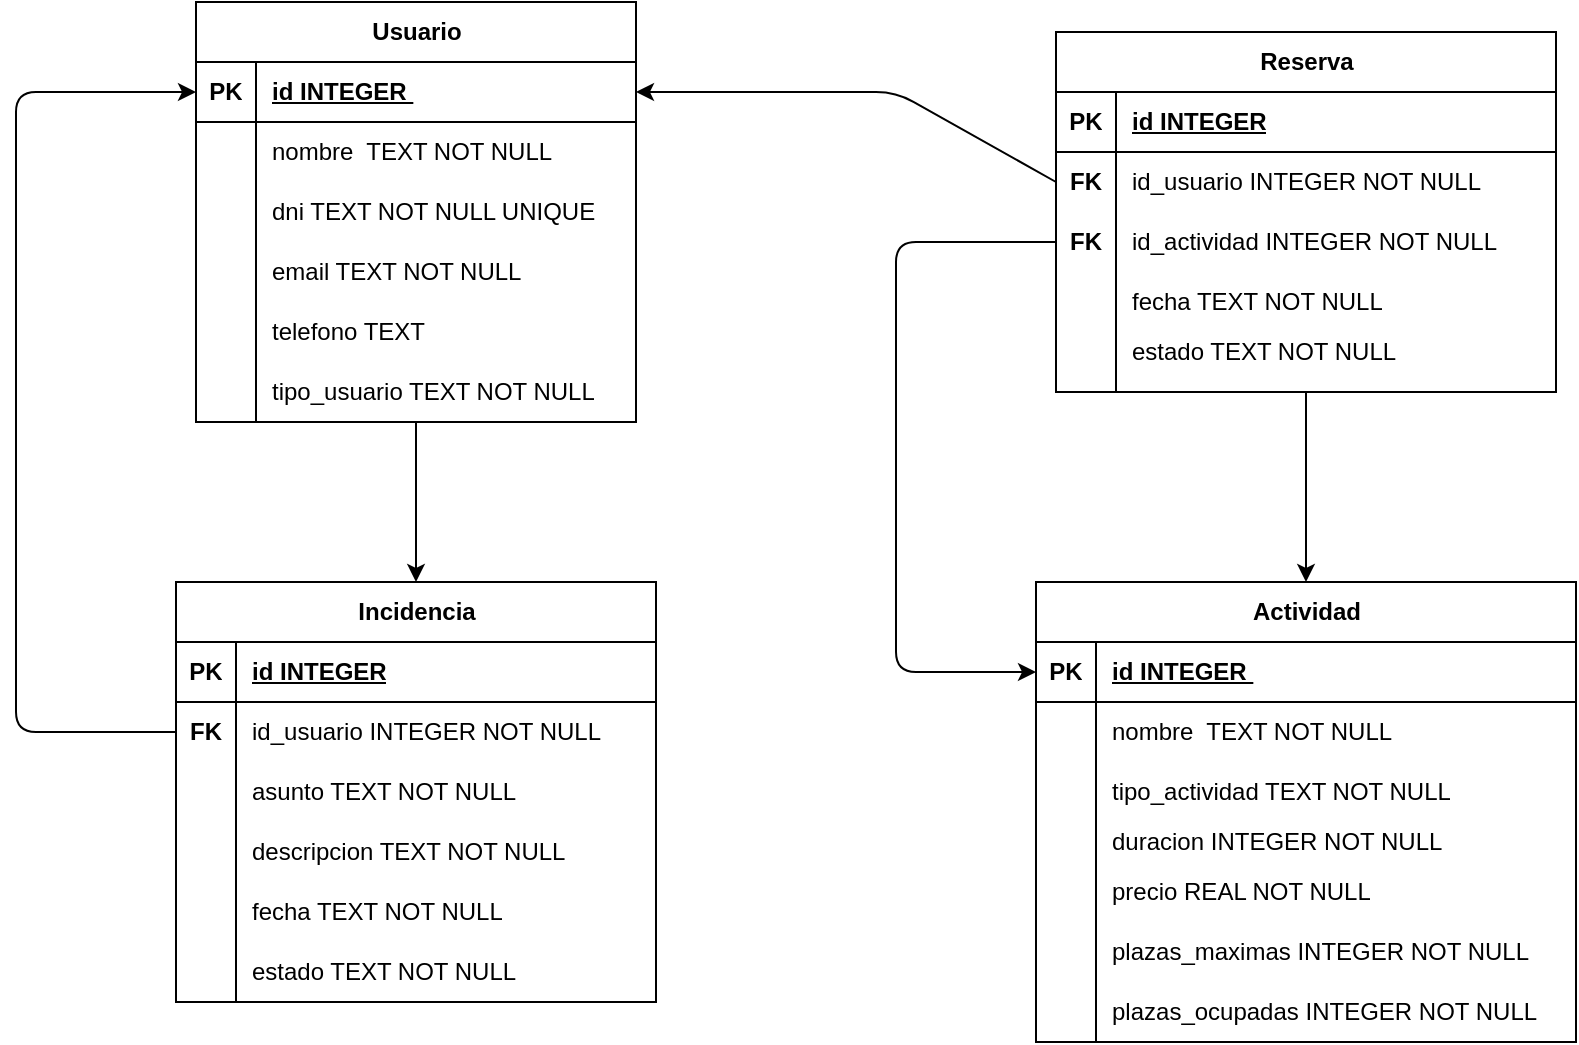
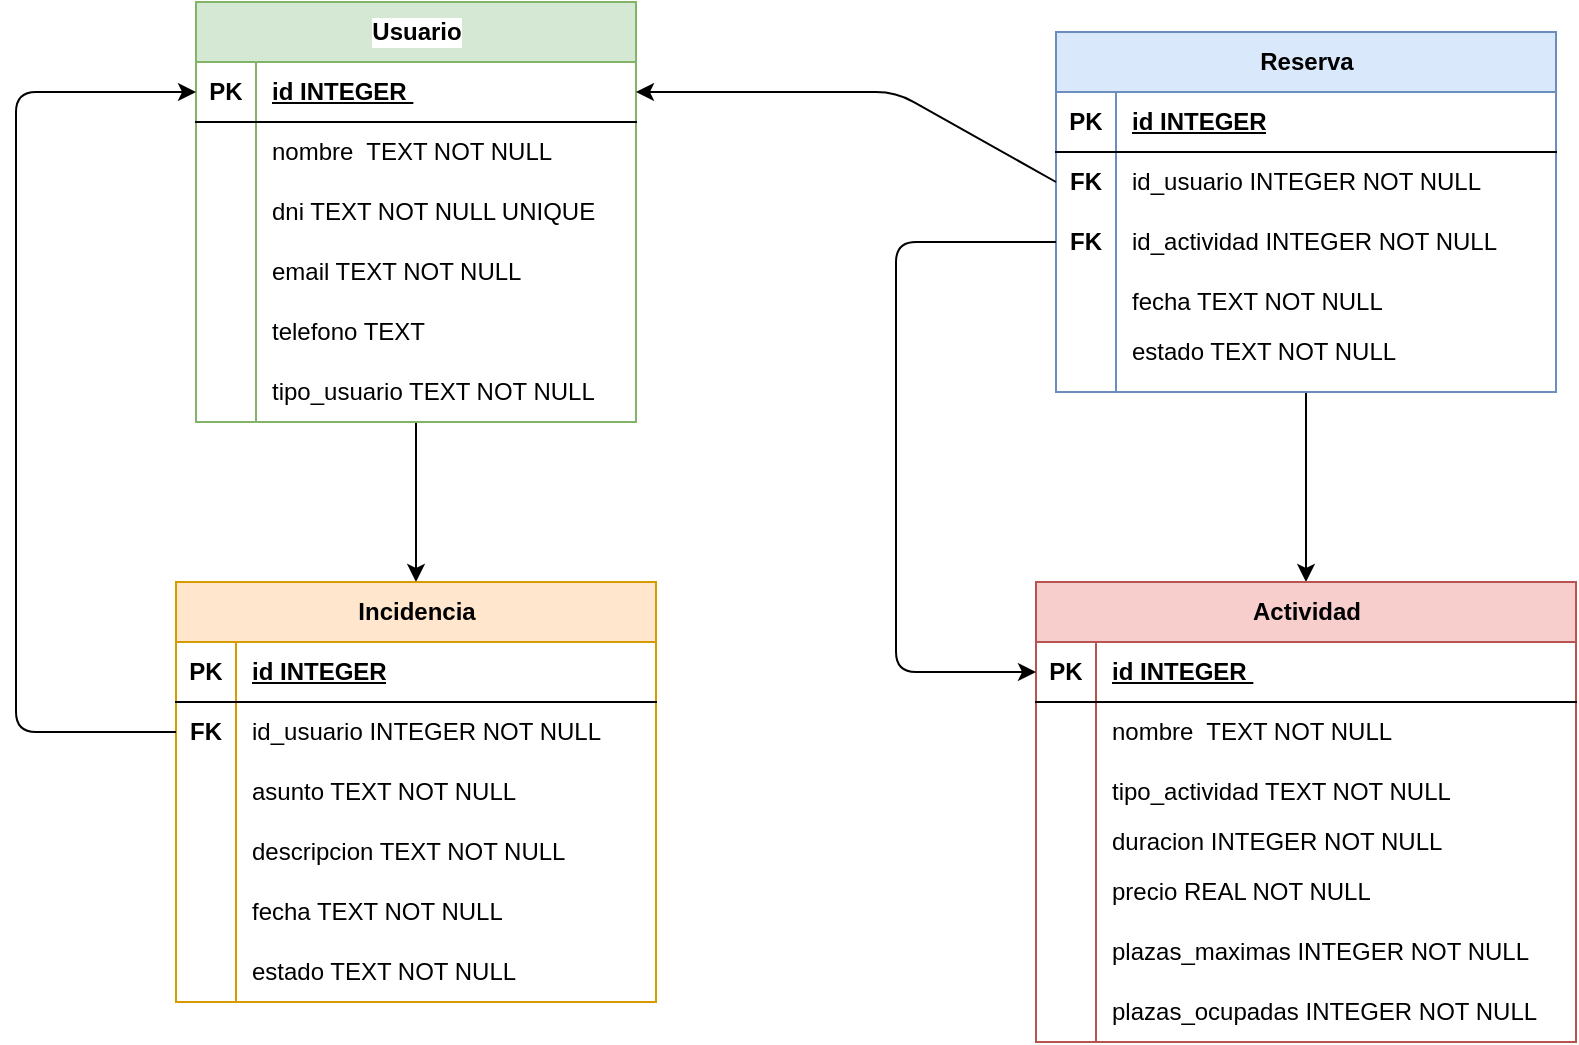
<mxfile host="65bd71144e">
    <diagram id="C6VV_mCRpUMH7UM2XVRR" name="Page-1">
-         <mxGraphModel dx="2281" dy="696" grid="1" gridSize="10" guides="1" tooltips="1" connect="1" arrows="1" fold="1" page="1" pageScale="1" pageWidth="850" pageHeight="1100" math="0" shadow="0">
+         <mxGraphModel dx="2281" dy="487" grid="1" gridSize="10" guides="1" tooltips="1" connect="1" arrows="1" fold="1" page="1" pageScale="1" pageWidth="850" pageHeight="1100" math="0" shadow="0">
            <root>
                <mxCell id="0"/>
                <mxCell id="1" parent="0"/>
                <mxCell id="100" value="" style="edgeStyle=none;html=1;" edge="1" parent="1" source="6" target="81">
                    <mxGeometry relative="1" as="geometry"/>
                </mxCell>
-                 <mxCell id="6" value="Usuario" style="shape=table;startSize=30;container=1;collapsible=1;childLayout=tableLayout;fixedRows=1;rowLines=0;fontStyle=1;align=center;resizeLast=1;html=1;" vertex="1" parent="1">
+                 <mxCell id="6" value="&lt;span&gt;Usuario&lt;/span&gt;" style="shape=table;startSize=30;container=1;collapsible=1;childLayout=tableLayout;fixedRows=1;rowLines=0;fontStyle=1;align=center;resizeLast=1;html=1;labelBorderColor=none;labelBackgroundColor=default;textShadow=0;fillStyle=auto;fillColor=#d5e8d4;strokeColor=#82b366;" vertex="1" parent="1">
                    <mxGeometry x="10" y="80" width="220" height="210" as="geometry">
                        <mxRectangle x="270" y="55" width="80" height="30" as="alternateBounds"/>
                    </mxGeometry>
                </mxCell>
                <mxCell id="7" value="" style="shape=tableRow;horizontal=0;startSize=0;swimlaneHead=0;swimlaneBody=0;fillColor=none;collapsible=0;dropTarget=0;points=[[0,0.5],[1,0.5]];portConstraint=eastwest;top=0;left=0;right=0;bottom=1;" vertex="1" parent="6">
                    <mxGeometry y="30" width="220" height="30" as="geometry"/>
                </mxCell>
                <mxCell id="8" value="PK" style="shape=partialRectangle;connectable=0;fillColor=none;top=0;left=0;bottom=0;right=0;fontStyle=1;overflow=hidden;whiteSpace=wrap;html=1;" vertex="1" parent="7">
                    <mxGeometry width="30" height="30" as="geometry">
                        <mxRectangle width="30" height="30" as="alternateBounds"/>
                    </mxGeometry>
                </mxCell>
                <mxCell id="9" value="id INTEGER&amp;nbsp;" style="shape=partialRectangle;connectable=0;fillColor=none;top=0;left=0;bottom=0;right=0;align=left;spacingLeft=6;fontStyle=5;overflow=hidden;whiteSpace=wrap;html=1;" vertex="1" parent="7">
                    <mxGeometry x="30" width="190" height="30" as="geometry">
                        <mxRectangle width="190" height="30" as="alternateBounds"/>
                    </mxGeometry>
                </mxCell>
                <mxCell id="10" value="" style="shape=tableRow;horizontal=0;startSize=0;swimlaneHead=0;swimlaneBody=0;fillColor=none;collapsible=0;dropTarget=0;points=[[0,0.5],[1,0.5]];portConstraint=eastwest;top=0;left=0;right=0;bottom=0;" vertex="1" parent="6">
                    <mxGeometry y="60" width="220" height="30" as="geometry"/>
                </mxCell>
                <mxCell id="11" value="" style="shape=partialRectangle;connectable=0;fillColor=none;top=0;left=0;bottom=0;right=0;editable=1;overflow=hidden;whiteSpace=wrap;html=1;" vertex="1" parent="10">
                    <mxGeometry width="30" height="30" as="geometry">
                        <mxRectangle width="30" height="30" as="alternateBounds"/>
                    </mxGeometry>
                </mxCell>
                <mxCell id="12" value="nombre&amp;nbsp; TEXT NOT NULL" style="shape=partialRectangle;connectable=0;fillColor=none;top=0;left=0;bottom=0;right=0;align=left;spacingLeft=6;overflow=hidden;whiteSpace=wrap;html=1;" vertex="1" parent="10">
                    <mxGeometry x="30" width="190" height="30" as="geometry">
                        <mxRectangle width="190" height="30" as="alternateBounds"/>
                    </mxGeometry>
                </mxCell>
                <mxCell id="13" value="" style="shape=tableRow;horizontal=0;startSize=0;swimlaneHead=0;swimlaneBody=0;fillColor=none;collapsible=0;dropTarget=0;points=[[0,0.5],[1,0.5]];portConstraint=eastwest;top=0;left=0;right=0;bottom=0;" vertex="1" parent="6">
                    <mxGeometry y="90" width="220" height="30" as="geometry"/>
                </mxCell>
                <mxCell id="14" value="" style="shape=partialRectangle;connectable=0;fillColor=none;top=0;left=0;bottom=0;right=0;editable=1;overflow=hidden;whiteSpace=wrap;html=1;" vertex="1" parent="13">
                    <mxGeometry width="30" height="30" as="geometry">
                        <mxRectangle width="30" height="30" as="alternateBounds"/>
                    </mxGeometry>
                </mxCell>
                <mxCell id="15" value="dni TEXT NOT NULL UNIQUE" style="shape=partialRectangle;connectable=0;fillColor=none;top=0;left=0;bottom=0;right=0;align=left;spacingLeft=6;overflow=hidden;whiteSpace=wrap;html=1;" vertex="1" parent="13">
                    <mxGeometry x="30" width="190" height="30" as="geometry">
                        <mxRectangle width="190" height="30" as="alternateBounds"/>
                    </mxGeometry>
                </mxCell>
                <mxCell id="16" value="" style="shape=tableRow;horizontal=0;startSize=0;swimlaneHead=0;swimlaneBody=0;fillColor=none;collapsible=0;dropTarget=0;points=[[0,0.5],[1,0.5]];portConstraint=eastwest;top=0;left=0;right=0;bottom=0;" vertex="1" parent="6">
                    <mxGeometry y="120" width="220" height="30" as="geometry"/>
                </mxCell>
                <mxCell id="17" value="" style="shape=partialRectangle;connectable=0;fillColor=none;top=0;left=0;bottom=0;right=0;editable=1;overflow=hidden;whiteSpace=wrap;html=1;" vertex="1" parent="16">
                    <mxGeometry width="30" height="30" as="geometry">
                        <mxRectangle width="30" height="30" as="alternateBounds"/>
                    </mxGeometry>
                </mxCell>
                <mxCell id="18" value="email TEXT NOT NULL" style="shape=partialRectangle;connectable=0;fillColor=none;top=0;left=0;bottom=0;right=0;align=left;spacingLeft=6;overflow=hidden;whiteSpace=wrap;html=1;" vertex="1" parent="16">
                    <mxGeometry x="30" width="190" height="30" as="geometry">
                        <mxRectangle width="190" height="30" as="alternateBounds"/>
                    </mxGeometry>
                </mxCell>
                <mxCell id="32" value="" style="shape=tableRow;horizontal=0;startSize=0;swimlaneHead=0;swimlaneBody=0;fillColor=none;collapsible=0;dropTarget=0;points=[[0,0.5],[1,0.5]];portConstraint=eastwest;top=0;left=0;right=0;bottom=0;" vertex="1" parent="6">
                    <mxGeometry y="150" width="220" height="30" as="geometry"/>
                </mxCell>
                <mxCell id="33" value="" style="shape=partialRectangle;connectable=0;fillColor=none;top=0;left=0;bottom=0;right=0;editable=1;overflow=hidden;whiteSpace=wrap;html=1;" vertex="1" parent="32">
                    <mxGeometry width="30" height="30" as="geometry">
                        <mxRectangle width="30" height="30" as="alternateBounds"/>
                    </mxGeometry>
                </mxCell>
                <mxCell id="34" value="telefono TEXT" style="shape=partialRectangle;connectable=0;fillColor=none;top=0;left=0;bottom=0;right=0;align=left;spacingLeft=6;overflow=hidden;whiteSpace=wrap;html=1;" vertex="1" parent="32">
                    <mxGeometry x="30" width="190" height="30" as="geometry">
                        <mxRectangle width="190" height="30" as="alternateBounds"/>
                    </mxGeometry>
                </mxCell>
                <mxCell id="35" value="" style="shape=tableRow;horizontal=0;startSize=0;swimlaneHead=0;swimlaneBody=0;fillColor=none;collapsible=0;dropTarget=0;points=[[0,0.5],[1,0.5]];portConstraint=eastwest;top=0;left=0;right=0;bottom=0;" vertex="1" parent="6">
                    <mxGeometry y="180" width="220" height="30" as="geometry"/>
                </mxCell>
                <mxCell id="36" value="" style="shape=partialRectangle;connectable=0;fillColor=none;top=0;left=0;bottom=0;right=0;editable=1;overflow=hidden;whiteSpace=wrap;html=1;" vertex="1" parent="35">
                    <mxGeometry width="30" height="30" as="geometry">
                        <mxRectangle width="30" height="30" as="alternateBounds"/>
                    </mxGeometry>
                </mxCell>
                <mxCell id="37" value="tipo_usuario TEXT NOT NULL" style="shape=partialRectangle;connectable=0;fillColor=none;top=0;left=0;bottom=0;right=0;align=left;spacingLeft=6;overflow=hidden;whiteSpace=wrap;html=1;" vertex="1" parent="35">
                    <mxGeometry x="30" width="190" height="30" as="geometry">
                        <mxRectangle width="190" height="30" as="alternateBounds"/>
                    </mxGeometry>
                </mxCell>
                <mxCell id="77" value="" style="edgeStyle=none;html=1;" edge="1" parent="1" source="38" target="58">
                    <mxGeometry relative="1" as="geometry"/>
                </mxCell>
-                 <mxCell id="38" value="Reserva" style="shape=table;startSize=30;container=1;collapsible=1;childLayout=tableLayout;fixedRows=1;rowLines=0;fontStyle=1;align=center;resizeLast=1;html=1;" vertex="1" parent="1">
+                 <mxCell id="38" value="Reserva" style="shape=table;startSize=30;container=1;collapsible=1;childLayout=tableLayout;fixedRows=1;rowLines=0;fontStyle=1;align=center;resizeLast=1;html=1;fillColor=#dae8fc;strokeColor=#6c8ebf;" vertex="1" parent="1">
                    <mxGeometry x="440" y="95" width="250" height="180" as="geometry">
                        <mxRectangle x="270" y="55" width="80" height="30" as="alternateBounds"/>
                    </mxGeometry>
                </mxCell>
                <mxCell id="39" value="" style="shape=tableRow;horizontal=0;startSize=0;swimlaneHead=0;swimlaneBody=0;fillColor=none;collapsible=0;dropTarget=0;points=[[0,0.5],[1,0.5]];portConstraint=eastwest;top=0;left=0;right=0;bottom=1;" vertex="1" parent="38">
                    <mxGeometry y="30" width="250" height="30" as="geometry"/>
                </mxCell>
                <mxCell id="40" value="PK" style="shape=partialRectangle;connectable=0;fillColor=none;top=0;left=0;bottom=0;right=0;fontStyle=1;overflow=hidden;whiteSpace=wrap;html=1;" vertex="1" parent="39">
                    <mxGeometry width="30" height="30" as="geometry">
                        <mxRectangle width="30" height="30" as="alternateBounds"/>
                    </mxGeometry>
                </mxCell>
                <mxCell id="41" value="id INTEGER" style="shape=partialRectangle;connectable=0;fillColor=none;top=0;left=0;bottom=0;right=0;align=left;spacingLeft=6;fontStyle=5;overflow=hidden;whiteSpace=wrap;html=1;" vertex="1" parent="39">
                    <mxGeometry x="30" width="220" height="30" as="geometry">
                        <mxRectangle width="220" height="30" as="alternateBounds"/>
                    </mxGeometry>
                </mxCell>
                <mxCell id="42" value="" style="shape=tableRow;horizontal=0;startSize=0;swimlaneHead=0;swimlaneBody=0;fillColor=none;collapsible=0;dropTarget=0;points=[[0,0.5],[1,0.5]];portConstraint=eastwest;top=0;left=0;right=0;bottom=0;" vertex="1" parent="38">
                    <mxGeometry y="60" width="250" height="30" as="geometry"/>
                </mxCell>
                <mxCell id="43" value="FK" style="shape=partialRectangle;connectable=0;fillColor=none;top=0;left=0;bottom=0;right=0;editable=1;overflow=hidden;whiteSpace=wrap;html=1;fontStyle=1" vertex="1" parent="42">
                    <mxGeometry width="30" height="30" as="geometry">
                        <mxRectangle width="30" height="30" as="alternateBounds"/>
                    </mxGeometry>
                </mxCell>
                <mxCell id="44" value="id_usuario INTEGER NOT NULL" style="shape=partialRectangle;connectable=0;fillColor=none;top=0;left=0;bottom=0;right=0;align=left;spacingLeft=6;overflow=hidden;whiteSpace=wrap;html=1;" vertex="1" parent="42">
                    <mxGeometry x="30" width="220" height="30" as="geometry">
                        <mxRectangle width="220" height="30" as="alternateBounds"/>
                    </mxGeometry>
                </mxCell>
                <mxCell id="45" value="" style="shape=tableRow;horizontal=0;startSize=0;swimlaneHead=0;swimlaneBody=0;fillColor=none;collapsible=0;dropTarget=0;points=[[0,0.5],[1,0.5]];portConstraint=eastwest;top=0;left=0;right=0;bottom=0;" vertex="1" parent="38">
                    <mxGeometry y="90" width="250" height="30" as="geometry"/>
                </mxCell>
                <mxCell id="46" value="FK" style="shape=partialRectangle;connectable=0;fillColor=none;top=0;left=0;bottom=0;right=0;editable=1;overflow=hidden;whiteSpace=wrap;html=1;fontStyle=1" vertex="1" parent="45">
                    <mxGeometry width="30" height="30" as="geometry">
                        <mxRectangle width="30" height="30" as="alternateBounds"/>
                    </mxGeometry>
                </mxCell>
                <mxCell id="47" value="id_actividad INTEGER NOT NULL" style="shape=partialRectangle;connectable=0;fillColor=none;top=0;left=0;bottom=0;right=0;align=left;spacingLeft=6;overflow=hidden;whiteSpace=wrap;html=1;" vertex="1" parent="45">
                    <mxGeometry x="30" width="220" height="30" as="geometry">
                        <mxRectangle width="220" height="30" as="alternateBounds"/>
                    </mxGeometry>
                </mxCell>
                <mxCell id="48" value="" style="shape=tableRow;horizontal=0;startSize=0;swimlaneHead=0;swimlaneBody=0;fillColor=none;collapsible=0;dropTarget=0;points=[[0,0.5],[1,0.5]];portConstraint=eastwest;top=0;left=0;right=0;bottom=0;" vertex="1" parent="38">
                    <mxGeometry y="120" width="250" height="30" as="geometry"/>
                </mxCell>
                <mxCell id="49" value="" style="shape=partialRectangle;connectable=0;fillColor=none;top=0;left=0;bottom=0;right=0;editable=1;overflow=hidden;whiteSpace=wrap;html=1;" vertex="1" parent="48">
                    <mxGeometry width="30" height="30" as="geometry">
                        <mxRectangle width="30" height="30" as="alternateBounds"/>
                    </mxGeometry>
                </mxCell>
                <mxCell id="50" value="fecha TEXT NOT NULL" style="shape=partialRectangle;connectable=0;fillColor=none;top=0;left=0;bottom=0;right=0;align=left;spacingLeft=6;overflow=hidden;whiteSpace=wrap;html=1;" vertex="1" parent="48">
                    <mxGeometry x="30" width="220" height="30" as="geometry">
                        <mxRectangle width="220" height="30" as="alternateBounds"/>
                    </mxGeometry>
                </mxCell>
                <mxCell id="54" value="" style="shape=tableRow;horizontal=0;startSize=0;swimlaneHead=0;swimlaneBody=0;fillColor=none;collapsible=0;dropTarget=0;points=[[0,0.5],[1,0.5]];portConstraint=eastwest;top=0;left=0;right=0;bottom=0;" vertex="1" parent="38">
                    <mxGeometry y="150" width="250" height="30" as="geometry"/>
                </mxCell>
                <mxCell id="55" value="" style="shape=partialRectangle;connectable=0;fillColor=none;top=0;left=0;bottom=0;right=0;editable=1;overflow=hidden;whiteSpace=wrap;html=1;" vertex="1" parent="54">
                    <mxGeometry width="30" height="30" as="geometry">
                        <mxRectangle width="30" height="30" as="alternateBounds"/>
                    </mxGeometry>
                </mxCell>
                <mxCell id="56" value="" style="shape=partialRectangle;connectable=0;fillColor=none;top=0;left=0;bottom=0;right=0;align=left;spacingLeft=6;overflow=hidden;whiteSpace=wrap;html=1;" vertex="1" parent="54">
                    <mxGeometry x="30" width="220" height="30" as="geometry">
                        <mxRectangle width="220" height="30" as="alternateBounds"/>
                    </mxGeometry>
                </mxCell>
-                 <mxCell id="58" value="Actividad" style="shape=table;startSize=30;container=1;collapsible=1;childLayout=tableLayout;fixedRows=1;rowLines=0;fontStyle=1;align=center;resizeLast=1;html=1;" vertex="1" parent="1">
+                 <mxCell id="58" value="Actividad" style="shape=table;startSize=30;container=1;collapsible=1;childLayout=tableLayout;fixedRows=1;rowLines=0;fontStyle=1;align=center;resizeLast=1;html=1;fillColor=#f8cecc;strokeColor=#b85450;" vertex="1" parent="1">
                    <mxGeometry x="430" y="370" width="270" height="230" as="geometry">
                        <mxRectangle x="270" y="55" width="80" height="30" as="alternateBounds"/>
                    </mxGeometry>
                </mxCell>
                <mxCell id="59" value="" style="shape=tableRow;horizontal=0;startSize=0;swimlaneHead=0;swimlaneBody=0;fillColor=none;collapsible=0;dropTarget=0;points=[[0,0.5],[1,0.5]];portConstraint=eastwest;top=0;left=0;right=0;bottom=1;" vertex="1" parent="58">
                    <mxGeometry y="30" width="270" height="30" as="geometry"/>
                </mxCell>
                <mxCell id="60" value="PK" style="shape=partialRectangle;connectable=0;fillColor=none;top=0;left=0;bottom=0;right=0;fontStyle=1;overflow=hidden;whiteSpace=wrap;html=1;" vertex="1" parent="59">
                    <mxGeometry width="30" height="30" as="geometry">
                        <mxRectangle width="30" height="30" as="alternateBounds"/>
                    </mxGeometry>
                </mxCell>
                <mxCell id="61" value="id INTEGER&amp;nbsp;" style="shape=partialRectangle;connectable=0;fillColor=none;top=0;left=0;bottom=0;right=0;align=left;spacingLeft=6;fontStyle=5;overflow=hidden;whiteSpace=wrap;html=1;" vertex="1" parent="59">
                    <mxGeometry x="30" width="240" height="30" as="geometry">
                        <mxRectangle width="240" height="30" as="alternateBounds"/>
                    </mxGeometry>
                </mxCell>
                <mxCell id="62" value="" style="shape=tableRow;horizontal=0;startSize=0;swimlaneHead=0;swimlaneBody=0;fillColor=none;collapsible=0;dropTarget=0;points=[[0,0.5],[1,0.5]];portConstraint=eastwest;top=0;left=0;right=0;bottom=0;" vertex="1" parent="58">
                    <mxGeometry y="60" width="270" height="30" as="geometry"/>
                </mxCell>
                <mxCell id="63" value="" style="shape=partialRectangle;connectable=0;fillColor=none;top=0;left=0;bottom=0;right=0;editable=1;overflow=hidden;whiteSpace=wrap;html=1;" vertex="1" parent="62">
                    <mxGeometry width="30" height="30" as="geometry">
                        <mxRectangle width="30" height="30" as="alternateBounds"/>
                    </mxGeometry>
                </mxCell>
                <mxCell id="64" value="&lt;span style=&quot;color: rgb(0, 0, 0);&quot;&gt;nombre&amp;nbsp; TEXT NOT NULL&lt;/span&gt;" style="shape=partialRectangle;connectable=0;fillColor=none;top=0;left=0;bottom=0;right=0;align=left;spacingLeft=6;overflow=hidden;whiteSpace=wrap;html=1;" vertex="1" parent="62">
                    <mxGeometry x="30" width="240" height="30" as="geometry">
                        <mxRectangle width="240" height="30" as="alternateBounds"/>
                    </mxGeometry>
                </mxCell>
                <mxCell id="65" value="" style="shape=tableRow;horizontal=0;startSize=0;swimlaneHead=0;swimlaneBody=0;fillColor=none;collapsible=0;dropTarget=0;points=[[0,0.5],[1,0.5]];portConstraint=eastwest;top=0;left=0;right=0;bottom=0;" vertex="1" parent="58">
                    <mxGeometry y="90" width="270" height="30" as="geometry"/>
                </mxCell>
                <mxCell id="66" value="" style="shape=partialRectangle;connectable=0;fillColor=none;top=0;left=0;bottom=0;right=0;editable=1;overflow=hidden;whiteSpace=wrap;html=1;" vertex="1" parent="65">
                    <mxGeometry width="30" height="30" as="geometry">
                        <mxRectangle width="30" height="30" as="alternateBounds"/>
                    </mxGeometry>
                </mxCell>
                <mxCell id="67" value="tipo_actividad TEXT NOT NULL" style="shape=partialRectangle;connectable=0;fillColor=none;top=0;left=0;bottom=0;right=0;align=left;spacingLeft=6;overflow=hidden;whiteSpace=wrap;html=1;" vertex="1" parent="65">
                    <mxGeometry x="30" width="240" height="30" as="geometry">
                        <mxRectangle width="240" height="30" as="alternateBounds"/>
                    </mxGeometry>
                </mxCell>
                <mxCell id="68" value="" style="shape=tableRow;horizontal=0;startSize=0;swimlaneHead=0;swimlaneBody=0;fillColor=none;collapsible=0;dropTarget=0;points=[[0,0.5],[1,0.5]];portConstraint=eastwest;top=0;left=0;right=0;bottom=0;" vertex="1" parent="58">
                    <mxGeometry y="120" width="270" height="20" as="geometry"/>
                </mxCell>
                <mxCell id="69" value="" style="shape=partialRectangle;connectable=0;fillColor=none;top=0;left=0;bottom=0;right=0;editable=1;overflow=hidden;whiteSpace=wrap;html=1;" vertex="1" parent="68">
                    <mxGeometry width="30" height="20" as="geometry">
                        <mxRectangle width="30" height="20" as="alternateBounds"/>
                    </mxGeometry>
                </mxCell>
                <mxCell id="70" value="duracion INTEGER NOT NULL" style="shape=partialRectangle;connectable=0;fillColor=none;top=0;left=0;bottom=0;right=0;align=left;spacingLeft=6;overflow=hidden;whiteSpace=wrap;html=1;" vertex="1" parent="68">
                    <mxGeometry x="30" width="240" height="20" as="geometry">
                        <mxRectangle width="240" height="20" as="alternateBounds"/>
                    </mxGeometry>
                </mxCell>
                <mxCell id="71" value="" style="shape=tableRow;horizontal=0;startSize=0;swimlaneHead=0;swimlaneBody=0;fillColor=none;collapsible=0;dropTarget=0;points=[[0,0.5],[1,0.5]];portConstraint=eastwest;top=0;left=0;right=0;bottom=0;" vertex="1" parent="58">
                    <mxGeometry y="140" width="270" height="30" as="geometry"/>
                </mxCell>
                <mxCell id="72" value="" style="shape=partialRectangle;connectable=0;fillColor=none;top=0;left=0;bottom=0;right=0;editable=1;overflow=hidden;whiteSpace=wrap;html=1;" vertex="1" parent="71">
                    <mxGeometry width="30" height="30" as="geometry">
                        <mxRectangle width="30" height="30" as="alternateBounds"/>
                    </mxGeometry>
                </mxCell>
                <mxCell id="73" value="precio REAL NOT NULL" style="shape=partialRectangle;connectable=0;fillColor=none;top=0;left=0;bottom=0;right=0;align=left;spacingLeft=6;overflow=hidden;whiteSpace=wrap;html=1;" vertex="1" parent="71">
                    <mxGeometry x="30" width="240" height="30" as="geometry">
                        <mxRectangle width="240" height="30" as="alternateBounds"/>
                    </mxGeometry>
                </mxCell>
                <mxCell id="74" value="" style="shape=tableRow;horizontal=0;startSize=0;swimlaneHead=0;swimlaneBody=0;fillColor=none;collapsible=0;dropTarget=0;points=[[0,0.5],[1,0.5]];portConstraint=eastwest;top=0;left=0;right=0;bottom=0;" vertex="1" parent="58">
                    <mxGeometry y="170" width="270" height="30" as="geometry"/>
                </mxCell>
                <mxCell id="75" value="" style="shape=partialRectangle;connectable=0;fillColor=none;top=0;left=0;bottom=0;right=0;editable=1;overflow=hidden;whiteSpace=wrap;html=1;" vertex="1" parent="74">
                    <mxGeometry width="30" height="30" as="geometry">
                        <mxRectangle width="30" height="30" as="alternateBounds"/>
                    </mxGeometry>
                </mxCell>
                <mxCell id="76" value="plazas_maximas INTEGER NOT NULL" style="shape=partialRectangle;connectable=0;fillColor=none;top=0;left=0;bottom=0;right=0;align=left;spacingLeft=6;overflow=hidden;whiteSpace=wrap;html=1;" vertex="1" parent="74">
                    <mxGeometry x="30" width="240" height="30" as="geometry">
                        <mxRectangle width="240" height="30" as="alternateBounds"/>
                    </mxGeometry>
                </mxCell>
                <mxCell id="78" value="" style="shape=tableRow;horizontal=0;startSize=0;swimlaneHead=0;swimlaneBody=0;fillColor=none;collapsible=0;dropTarget=0;points=[[0,0.5],[1,0.5]];portConstraint=eastwest;top=0;left=0;right=0;bottom=0;" vertex="1" parent="58">
                    <mxGeometry y="200" width="270" height="30" as="geometry"/>
                </mxCell>
                <mxCell id="79" value="" style="shape=partialRectangle;connectable=0;fillColor=none;top=0;left=0;bottom=0;right=0;editable=1;overflow=hidden;whiteSpace=wrap;html=1;" vertex="1" parent="78">
                    <mxGeometry width="30" height="30" as="geometry">
                        <mxRectangle width="30" height="30" as="alternateBounds"/>
                    </mxGeometry>
                </mxCell>
                <mxCell id="80" value="plazas_ocupadas INTEGER NOT NULL" style="shape=partialRectangle;connectable=0;fillColor=none;top=0;left=0;bottom=0;right=0;align=left;spacingLeft=6;overflow=hidden;whiteSpace=wrap;html=1;" vertex="1" parent="78">
                    <mxGeometry x="30" width="240" height="30" as="geometry">
                        <mxRectangle width="240" height="30" as="alternateBounds"/>
                    </mxGeometry>
                </mxCell>
-                 <mxCell id="81" value="Incidencia" style="shape=table;startSize=30;container=1;collapsible=1;childLayout=tableLayout;fixedRows=1;rowLines=0;fontStyle=1;align=center;resizeLast=1;html=1;" vertex="1" parent="1">
+                 <mxCell id="81" value="Incidencia" style="shape=table;startSize=30;container=1;collapsible=1;childLayout=tableLayout;fixedRows=1;rowLines=0;fontStyle=1;align=center;resizeLast=1;html=1;fillColor=#ffe6cc;strokeColor=#d79b00;" vertex="1" parent="1">
                    <mxGeometry y="370" width="240" height="210" as="geometry">
                        <mxRectangle x="270" y="55" width="80" height="30" as="alternateBounds"/>
                    </mxGeometry>
                </mxCell>
                <mxCell id="82" value="" style="shape=tableRow;horizontal=0;startSize=0;swimlaneHead=0;swimlaneBody=0;fillColor=none;collapsible=0;dropTarget=0;points=[[0,0.5],[1,0.5]];portConstraint=eastwest;top=0;left=0;right=0;bottom=1;" vertex="1" parent="81">
                    <mxGeometry y="30" width="240" height="30" as="geometry"/>
                </mxCell>
                <mxCell id="83" value="PK" style="shape=partialRectangle;connectable=0;fillColor=none;top=0;left=0;bottom=0;right=0;fontStyle=1;overflow=hidden;whiteSpace=wrap;html=1;" vertex="1" parent="82">
                    <mxGeometry width="30" height="30" as="geometry">
                        <mxRectangle width="30" height="30" as="alternateBounds"/>
                    </mxGeometry>
                </mxCell>
                <mxCell id="84" value="id INTEGER" style="shape=partialRectangle;connectable=0;fillColor=none;top=0;left=0;bottom=0;right=0;align=left;spacingLeft=6;fontStyle=5;overflow=hidden;whiteSpace=wrap;html=1;" vertex="1" parent="82">
                    <mxGeometry x="30" width="210" height="30" as="geometry">
                        <mxRectangle width="210" height="30" as="alternateBounds"/>
                    </mxGeometry>
                </mxCell>
                <mxCell id="85" value="" style="shape=tableRow;horizontal=0;startSize=0;swimlaneHead=0;swimlaneBody=0;fillColor=none;collapsible=0;dropTarget=0;points=[[0,0.5],[1,0.5]];portConstraint=eastwest;top=0;left=0;right=0;bottom=0;" vertex="1" parent="81">
                    <mxGeometry y="60" width="240" height="30" as="geometry"/>
                </mxCell>
                <mxCell id="86" value="FK" style="shape=partialRectangle;connectable=0;fillColor=none;top=0;left=0;bottom=0;right=0;editable=1;overflow=hidden;whiteSpace=wrap;html=1;fontStyle=1" vertex="1" parent="85">
                    <mxGeometry width="30" height="30" as="geometry">
                        <mxRectangle width="30" height="30" as="alternateBounds"/>
                    </mxGeometry>
                </mxCell>
                <mxCell id="87" value="&lt;span style=&quot;color: rgb(0, 0, 0);&quot;&gt;id_usuario INTEGER NOT NULL&lt;/span&gt;" style="shape=partialRectangle;connectable=0;fillColor=none;top=0;left=0;bottom=0;right=0;align=left;spacingLeft=6;overflow=hidden;whiteSpace=wrap;html=1;" vertex="1" parent="85">
                    <mxGeometry x="30" width="210" height="30" as="geometry">
                        <mxRectangle width="210" height="30" as="alternateBounds"/>
                    </mxGeometry>
                </mxCell>
                <mxCell id="88" value="" style="shape=tableRow;horizontal=0;startSize=0;swimlaneHead=0;swimlaneBody=0;fillColor=none;collapsible=0;dropTarget=0;points=[[0,0.5],[1,0.5]];portConstraint=eastwest;top=0;left=0;right=0;bottom=0;" vertex="1" parent="81">
                    <mxGeometry y="90" width="240" height="30" as="geometry"/>
                </mxCell>
                <mxCell id="89" value="" style="shape=partialRectangle;connectable=0;fillColor=none;top=0;left=0;bottom=0;right=0;editable=1;overflow=hidden;whiteSpace=wrap;html=1;" vertex="1" parent="88">
                    <mxGeometry width="30" height="30" as="geometry">
                        <mxRectangle width="30" height="30" as="alternateBounds"/>
                    </mxGeometry>
                </mxCell>
                <mxCell id="90" value="asunto TEXT NOT NULL&amp;nbsp;" style="shape=partialRectangle;connectable=0;fillColor=none;top=0;left=0;bottom=0;right=0;align=left;spacingLeft=6;overflow=hidden;whiteSpace=wrap;html=1;" vertex="1" parent="88">
                    <mxGeometry x="30" width="210" height="30" as="geometry">
                        <mxRectangle width="210" height="30" as="alternateBounds"/>
                    </mxGeometry>
                </mxCell>
                <mxCell id="91" value="" style="shape=tableRow;horizontal=0;startSize=0;swimlaneHead=0;swimlaneBody=0;fillColor=none;collapsible=0;dropTarget=0;points=[[0,0.5],[1,0.5]];portConstraint=eastwest;top=0;left=0;right=0;bottom=0;" vertex="1" parent="81">
                    <mxGeometry y="120" width="240" height="30" as="geometry"/>
                </mxCell>
                <mxCell id="92" value="" style="shape=partialRectangle;connectable=0;fillColor=none;top=0;left=0;bottom=0;right=0;editable=1;overflow=hidden;whiteSpace=wrap;html=1;" vertex="1" parent="91">
                    <mxGeometry width="30" height="30" as="geometry">
                        <mxRectangle width="30" height="30" as="alternateBounds"/>
                    </mxGeometry>
                </mxCell>
                <mxCell id="93" value="descripcion TEXT NOT NULL" style="shape=partialRectangle;connectable=0;fillColor=none;top=0;left=0;bottom=0;right=0;align=left;spacingLeft=6;overflow=hidden;whiteSpace=wrap;html=1;" vertex="1" parent="91">
                    <mxGeometry x="30" width="210" height="30" as="geometry">
                        <mxRectangle width="210" height="30" as="alternateBounds"/>
                    </mxGeometry>
                </mxCell>
                <mxCell id="94" value="" style="shape=tableRow;horizontal=0;startSize=0;swimlaneHead=0;swimlaneBody=0;fillColor=none;collapsible=0;dropTarget=0;points=[[0,0.5],[1,0.5]];portConstraint=eastwest;top=0;left=0;right=0;bottom=0;" vertex="1" parent="81">
                    <mxGeometry y="150" width="240" height="30" as="geometry"/>
                </mxCell>
                <mxCell id="95" value="" style="shape=partialRectangle;connectable=0;fillColor=none;top=0;left=0;bottom=0;right=0;editable=1;overflow=hidden;whiteSpace=wrap;html=1;" vertex="1" parent="94">
                    <mxGeometry width="30" height="30" as="geometry">
                        <mxRectangle width="30" height="30" as="alternateBounds"/>
                    </mxGeometry>
                </mxCell>
                <mxCell id="96" value="&lt;span style=&quot;color: rgb(0, 0, 0);&quot;&gt;fecha TEXT NOT NULL&lt;/span&gt;" style="shape=partialRectangle;connectable=0;fillColor=none;top=0;left=0;bottom=0;right=0;align=left;spacingLeft=6;overflow=hidden;whiteSpace=wrap;html=1;" vertex="1" parent="94">
                    <mxGeometry x="30" width="210" height="30" as="geometry">
                        <mxRectangle width="210" height="30" as="alternateBounds"/>
                    </mxGeometry>
                </mxCell>
                <mxCell id="97" value="" style="shape=tableRow;horizontal=0;startSize=0;swimlaneHead=0;swimlaneBody=0;fillColor=none;collapsible=0;dropTarget=0;points=[[0,0.5],[1,0.5]];portConstraint=eastwest;top=0;left=0;right=0;bottom=0;" vertex="1" parent="81">
                    <mxGeometry y="180" width="240" height="30" as="geometry"/>
                </mxCell>
                <mxCell id="98" value="" style="shape=partialRectangle;connectable=0;fillColor=none;top=0;left=0;bottom=0;right=0;editable=1;overflow=hidden;whiteSpace=wrap;html=1;" vertex="1" parent="97">
                    <mxGeometry width="30" height="30" as="geometry">
                        <mxRectangle width="30" height="30" as="alternateBounds"/>
                    </mxGeometry>
                </mxCell>
                <mxCell id="99" value="&lt;span style=&quot;color: rgb(0, 0, 0);&quot;&gt;estado TEXT NOT NULL&lt;/span&gt;" style="shape=partialRectangle;connectable=0;fillColor=none;top=0;left=0;bottom=0;right=0;align=left;spacingLeft=6;overflow=hidden;whiteSpace=wrap;html=1;" vertex="1" parent="97">
                    <mxGeometry x="30" width="210" height="30" as="geometry">
                        <mxRectangle width="210" height="30" as="alternateBounds"/>
                    </mxGeometry>
                </mxCell>
                <mxCell id="101" value="estado TEXT NOT NULL" style="shape=partialRectangle;connectable=0;fillColor=none;top=0;left=0;bottom=0;right=0;align=left;spacingLeft=6;overflow=hidden;whiteSpace=wrap;html=1;" vertex="1" parent="1">
                    <mxGeometry x="470" y="240" width="220" height="30" as="geometry">
                        <mxRectangle width="220" height="30" as="alternateBounds"/>
                    </mxGeometry>
                </mxCell>
                <mxCell id="104" style="edgeStyle=none;html=1;entryX=0;entryY=0.5;entryDx=0;entryDy=0;" edge="1" parent="1" source="45" target="59">
                    <mxGeometry relative="1" as="geometry">
                        <Array as="points">
                            <mxPoint x="360" y="200"/>
                            <mxPoint x="360" y="415"/>
                        </Array>
                    </mxGeometry>
                </mxCell>
                <mxCell id="106" style="edgeStyle=none;html=1;entryX=1;entryY=0.5;entryDx=0;entryDy=0;exitX=0;exitY=0.5;exitDx=0;exitDy=0;" edge="1" parent="1" source="42" target="7">
                    <mxGeometry relative="1" as="geometry">
                        <Array as="points">
                            <mxPoint x="360" y="125"/>
                        </Array>
                    </mxGeometry>
                </mxCell>
                <mxCell id="107" style="edgeStyle=none;html=1;exitX=0;exitY=0.5;exitDx=0;exitDy=0;entryX=0;entryY=0.5;entryDx=0;entryDy=0;" edge="1" parent="1" source="85" target="7">
                    <mxGeometry relative="1" as="geometry">
                        <Array as="points">
                            <mxPoint x="-80" y="445"/>
                            <mxPoint x="-80" y="125"/>
                        </Array>
                    </mxGeometry>
                </mxCell>
            </root>
        </mxGraphModel>
    </diagram>
</mxfile>